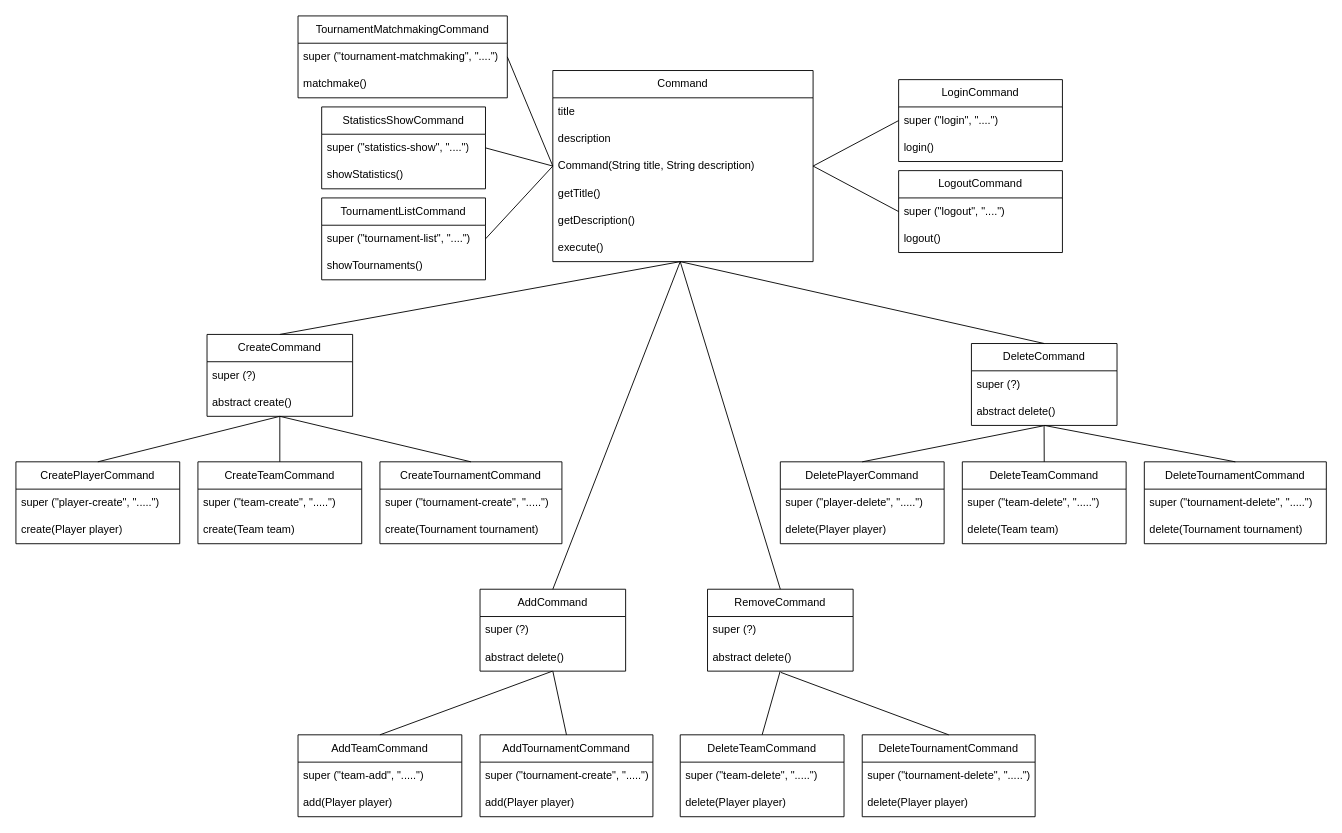
Above: page "Commands" (5 of 5) of P2-POO/Diagrama sin título.drawio in josepepito-upm/UMLs (draw.io), before the change. Source tidied: cells renumbered, new cells numbered last; positions are measured from the earlier drawing's top-left corner, leaving out a move shared by most shapes. Both pictures are drawn from the tidied source at 91%, with x=0, y=0 at pixel (15, 15).
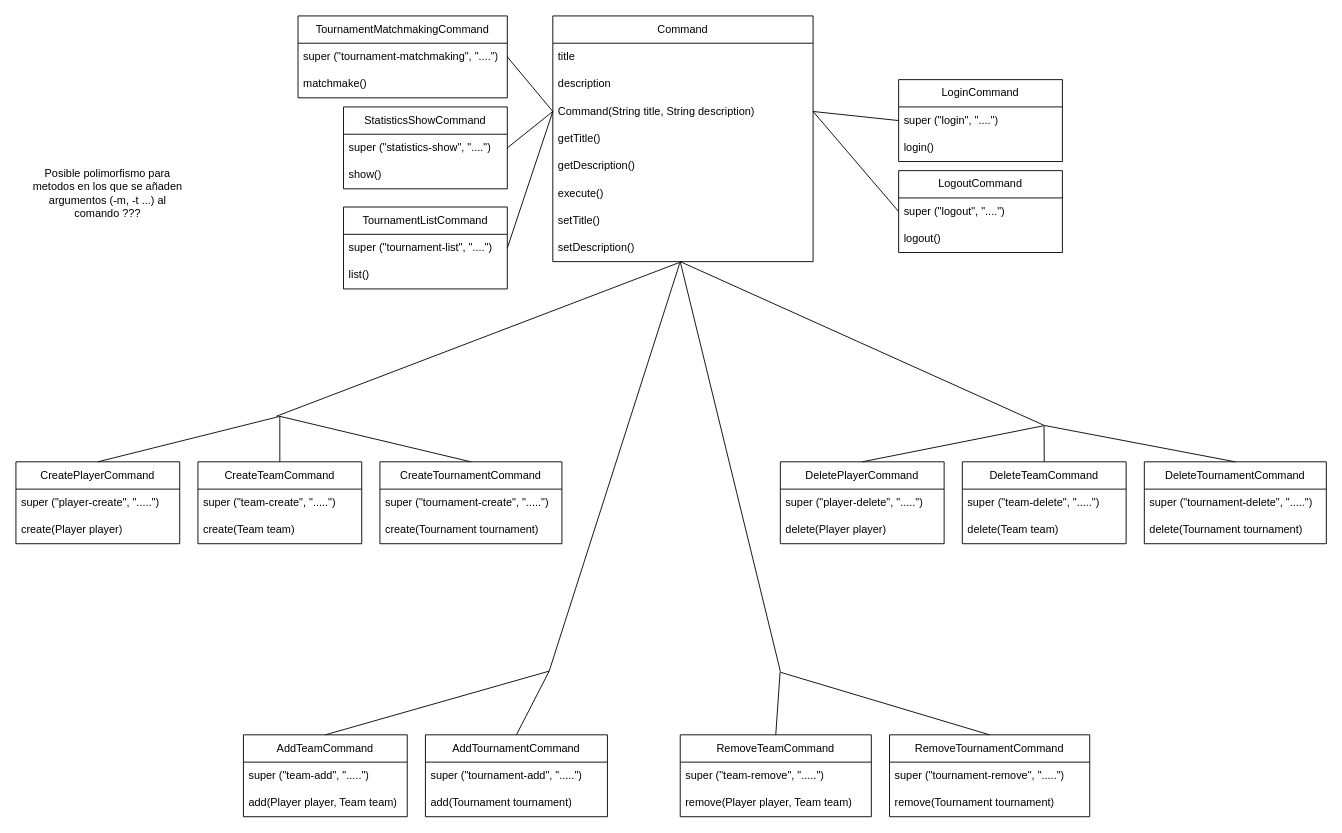
The same page after the edit.

Unchanged cells that the change refers to:
```xml
<mxCell id="8" value="execute()" style="text;strokeColor=none;fillColor=none;align=left;verticalAlign=middle;spacingLeft=4;spacingRight=4;overflow=hidden;points=[[0,0.5],[1,0.5]];portConstraint=eastwest;whiteSpace=wrap;html=1;" parent="2" vertex="1">
  <mxGeometry y="180" width="286" height="30" as="geometry" />
</mxCell>
<mxCell id="17" value="CreatePlayerCommand" style="swimlane;fontStyle=0;horizontal=1;startSize=30;whiteSpace=wrap;html=1;" parent="1" vertex="1">
  <mxGeometry y="490" width="180" height="90" as="geometry" />
</mxCell>
<mxCell id="29" value="DeletePlayerCommand" style="swimlane;fontStyle=0;horizontal=1;startSize=30;whiteSpace=wrap;html=1;" parent="1" vertex="1">
  <mxGeometry x="840" y="490" width="180" height="90" as="geometry" />
</mxCell>
<mxCell id="32" value="DeleteTeamCommand" style="swimlane;fontStyle=0;horizontal=1;startSize=30;whiteSpace=wrap;html=1;" parent="1" vertex="1">
  <mxGeometry x="1040" y="490" width="180" height="90" as="geometry" />
</mxCell>
```

Diff of the diagram source:
```diff
@@
     <mxCell id="2" value="Command" style="swimlane;fontStyle=0;horizontal=1;startSize=30;whiteSpace=wrap;html=1;" parent="1" vertex="1">
-      <mxGeometry x="590" y="60" width="286" height="210" as="geometry" />
+      <mxGeometry x="590" width="286" height="270" as="geometry" />
     </mxCell>
@@
-    <mxCell id="9" value="CreateCommand" style="swimlane;fontStyle=0;horizontal=1;startSize=30;whiteSpace=wrap;html=1;" parent="1" vertex="1">
-      <mxGeometry x="210" y="350" width="160" height="90" as="geometry" />
-    </mxCell>
-    <mxCell id="10" value="super (?)" style="text;strokeColor=none;fillColor=none;align=left;verticalAlign=middle;spacingLeft=4;spacingRight=4;overflow=hidden;whiteSpace=wrap;html=1;" parent="9" vertex="1">
-      <mxGeometry y="30" width="160" height="30" as="geometry" />
-    </mxCell>
-    <mxCell id="11" value="abstract create()" style="text;strokeColor=none;fillColor=none;align=left;verticalAlign=middle;spacingLeft=4;spacingRight=4;overflow=hidden;points=[[0,0.5],[1,0.5]];portConstraint=eastwest;whiteSpace=wrap;html=1;" parent="9" vertex="1">
-      <mxGeometry y="60" width="160" height="30" as="geometry" />
-    </mxCell>
+    <mxCell id="85" value="setTitle()" style="text;strokeColor=none;fillColor=none;align=left;verticalAlign=middle;spacingLeft=4;spacingRight=4;overflow=hidden;whiteSpace=wrap;html=1;" parent="2" vertex="1">
+      <mxGeometry y="210" width="286" height="30" as="geometry" />
+    </mxCell>
+    <mxCell id="86" value="setDescription()" style="text;strokeColor=none;fillColor=none;align=left;verticalAlign=middle;spacingLeft=4;spacingRight=4;overflow=hidden;points=[[0,0.5],[1,0.5]];portConstraint=eastwest;whiteSpace=wrap;html=1;" parent="2" vertex="1">
+      <mxGeometry y="240" width="286" height="30" as="geometry" />
+    </mxCell>
-    <mxCell id="12" style="endArrow=none;html=1;rounded=0;exitX=0.5;exitY=0;exitDx=0;exitDy=0;entryX=0.49;entryY=1;entryDx=0;entryDy=0;entryPerimeter=0;" parent="1" edge="1" source="9" target="8">
-      <mxGeometry relative="1" as="geometry" />
+    <mxCell id="12" style="endArrow=none;html=1;rounded=0;entryX=0.486;entryY=1.033;entryDx=0;entryDy=0;entryPerimeter=0;" parent="1" edge="1" target="86">
+      <mxGeometry relative="1" as="geometry">
+        <mxPoint x="286" y="440" as="sourcePoint" />
+      </mxGeometry>
     </mxCell>
-    <mxCell id="13" value="DeleteCommand" style="swimlane;fontStyle=0;horizontal=1;startSize=30;whiteSpace=wrap;html=1;" parent="1" vertex="1">
-      <mxGeometry x="1050" y="360" width="160" height="90" as="geometry" />
-    </mxCell>
-    <mxCell id="14" value="super (?)" style="text;strokeColor=none;fillColor=none;align=left;verticalAlign=middle;spacingLeft=4;spacingRight=4;overflow=hidden;whiteSpace=wrap;html=1;" parent="13" vertex="1">
-      <mxGeometry y="30" width="160" height="30" as="geometry" />
-    </mxCell>
-    <mxCell id="15" value="abstract delete()" style="text;strokeColor=none;fillColor=none;align=left;verticalAlign=middle;spacingLeft=4;spacingRight=4;overflow=hidden;points=[[0,0.5],[1,0.5]];portConstraint=eastwest;whiteSpace=wrap;html=1;" parent="13" vertex="1">
-      <mxGeometry y="60" width="160" height="30" as="geometry" />
-    </mxCell>
-    <mxCell id="16" style="endArrow=none;html=1;rounded=0;exitX=0.5;exitY=0;exitDx=0;exitDy=0;" parent="1" edge="1" source="13">
+    <mxCell id="16" style="endArrow=none;html=1;rounded=0;" parent="1" edge="1">
       <mxGeometry relative="1" as="geometry">
+        <mxPoint x="1130" y="450" as="sourcePoint" />
         <mxPoint x="730" y="270" as="targetPoint" />
       </mxGeometry>
     </mxCell>
@@
-    <mxCell id="26" style="endArrow=none;html=1;rounded=0;entryX=0.499;entryY=1.002;entryDx=0;entryDy=0;entryPerimeter=0;exitX=0.5;exitY=0;exitDx=0;exitDy=0;" parent="1" edge="1" source="17" target="11">
-      <mxGeometry relative="1" as="geometry" />
+    <mxCell id="26" style="endArrow=none;html=1;rounded=0;entryX=0.499;entryY=1.002;entryDx=0;entryDy=0;entryPerimeter=0;exitX=0.5;exitY=0;exitDx=0;exitDy=0;" parent="1" edge="1" source="17">
+      <mxGeometry relative="1" as="geometry">
+        <mxPoint x="289.8" y="440.1" as="targetPoint" />
+      </mxGeometry>
     </mxCell>
@@
-    <mxCell id="38" style="endArrow=none;html=1;rounded=0;exitX=0.5;exitY=0;exitDx=0;exitDy=0;entryX=0.495;entryY=1.014;entryDx=0;entryDy=0;entryPerimeter=0;" parent="1" edge="1" source="29" target="15">
-      <mxGeometry relative="1" as="geometry" />
+    <mxCell id="38" style="endArrow=none;html=1;rounded=0;exitX=0.5;exitY=0;exitDx=0;exitDy=0;entryX=0.495;entryY=1.014;entryDx=0;entryDy=0;entryPerimeter=0;" parent="1" edge="1" source="29">
+      <mxGeometry relative="1" as="geometry">
+        <mxPoint x="1129.2" y="450.4" as="targetPoint" />
+      </mxGeometry>
     </mxCell>
-    <mxCell id="39" style="endArrow=none;html=1;rounded=0;exitX=0.5;exitY=0;exitDx=0;exitDy=0;entryX=0.499;entryY=1.014;entryDx=0;entryDy=0;entryPerimeter=0;" parent="1" edge="1" source="32" target="15">
-      <mxGeometry relative="1" as="geometry" />
+    <mxCell id="39" style="endArrow=none;html=1;rounded=0;exitX=0.5;exitY=0;exitDx=0;exitDy=0;entryX=0.499;entryY=1.014;entryDx=0;entryDy=0;entryPerimeter=0;" parent="1" edge="1" source="32">
+      <mxGeometry relative="1" as="geometry">
+        <mxPoint x="1129.8" y="450.4" as="targetPoint" />
+      </mxGeometry>
     </mxCell>
@@
-    <mxCell id="41" value="AddCommand" style="swimlane;fontStyle=0;horizontal=1;startSize=30;whiteSpace=wrap;html=1;" parent="1" vertex="1">
-      <mxGeometry x="510" y="630" width="160" height="90" as="geometry" />
-    </mxCell>
-    <mxCell id="42" value="super (?)" style="text;strokeColor=none;fillColor=none;align=left;verticalAlign=middle;spacingLeft=4;spacingRight=4;overflow=hidden;whiteSpace=wrap;html=1;" parent="41" vertex="1">
-      <mxGeometry y="30" width="160" height="30" as="geometry" />
-    </mxCell>
-    <mxCell id="43" value="abstract delete()" style="text;strokeColor=none;fillColor=none;align=left;verticalAlign=middle;spacingLeft=4;spacingRight=4;overflow=hidden;points=[[0,0.5],[1,0.5]];portConstraint=eastwest;whiteSpace=wrap;html=1;" parent="41" vertex="1">
-      <mxGeometry y="60" width="160" height="30" as="geometry" />
-    </mxCell>
-    <mxCell id="44" value="RemoveCommand" style="swimlane;fontStyle=0;horizontal=1;startSize=30;whiteSpace=wrap;html=1;" parent="1" vertex="1">
-      <mxGeometry x="760" y="630" width="160" height="90" as="geometry" />
-    </mxCell>
-    <mxCell id="45" value="super (?)" style="text;strokeColor=none;fillColor=none;align=left;verticalAlign=middle;spacingLeft=4;spacingRight=4;overflow=hidden;whiteSpace=wrap;html=1;" parent="44" vertex="1">
-      <mxGeometry y="30" width="160" height="30" as="geometry" />
-    </mxCell>
-    <mxCell id="46" value="abstract delete()" style="text;strokeColor=none;fillColor=none;align=left;verticalAlign=middle;spacingLeft=4;spacingRight=4;overflow=hidden;points=[[0,0.5],[1,0.5]];portConstraint=eastwest;whiteSpace=wrap;html=1;" parent="44" vertex="1">
-      <mxGeometry y="60" width="160" height="30" as="geometry" />
-    </mxCell>
-    <mxCell id="47" style="endArrow=none;html=1;rounded=0;exitX=0.5;exitY=0;exitDx=0;exitDy=0;" parent="1" edge="1" source="41">
+    <mxCell id="47" style="endArrow=none;html=1;rounded=0;" parent="1" edge="1">
       <mxGeometry relative="1" as="geometry">
+        <mxPoint x="586" y="720" as="sourcePoint" />
         <mxPoint x="730" y="270" as="targetPoint" />
       </mxGeometry>
     </mxCell>
-    <mxCell id="48" style="endArrow=none;html=1;rounded=0;exitX=0.5;exitY=0;exitDx=0;exitDy=0;" parent="1" edge="1" source="44">
+    <mxCell id="48" style="endArrow=none;html=1;rounded=0;" parent="1" edge="1">
       <mxGeometry relative="1" as="geometry">
+        <mxPoint x="840" y="720" as="sourcePoint" />
         <mxPoint x="730" y="270" as="targetPoint" />
       </mxGeometry>
     </mxCell>
     <mxCell id="49" value="AddTeamCommand" style="swimlane;fontStyle=0;horizontal=1;startSize=30;whiteSpace=wrap;html=1;" parent="1" vertex="1">
-      <mxGeometry x="310" y="790" width="180" height="90" as="geometry" />
+      <mxGeometry x="250" y="790" width="180" height="90" as="geometry" />
     </mxCell>
@@
-    <mxCell id="51" value="add(Player player)" style="text;strokeColor=none;fillColor=none;align=left;verticalAlign=middle;spacingLeft=4;spacingRight=4;overflow=hidden;whiteSpace=wrap;html=1;" parent="49" vertex="1">
+    <mxCell id="51" value="add(Player player, Team team)" style="text;strokeColor=none;fillColor=none;align=left;verticalAlign=middle;spacingLeft=4;spacingRight=4;overflow=hidden;whiteSpace=wrap;html=1;" parent="49" vertex="1">
       <mxGeometry y="60" width="180" height="30" as="geometry" />
     </mxCell>
-    <mxCell id="52" style="endArrow=none;html=1;rounded=0;exitX=0.5;exitY=0;exitDx=0;exitDy=0;entryX=0.497;entryY=1.002;entryDx=0;entryDy=0;entryPerimeter=0;" parent="1" edge="1" source="49" target="43">
-      <mxGeometry relative="1" as="geometry" />
+    <mxCell id="52" style="endArrow=none;html=1;rounded=0;exitX=0.5;exitY=0;exitDx=0;exitDy=0;" parent="1" edge="1" source="49">
+      <mxGeometry relative="1" as="geometry">
+        <mxPoint x="586" y="720" as="targetPoint" />
+      </mxGeometry>
     </mxCell>
     <mxCell id="53" value="AddTournamentCommand" style="swimlane;fontStyle=0;horizontal=1;startSize=30;whiteSpace=wrap;html=1;" parent="1" vertex="1">
-      <mxGeometry x="510" y="790" width="190" height="90" as="geometry" />
+      <mxGeometry x="450" y="790" width="200" height="90" as="geometry" />
     </mxCell>
-    <mxCell id="54" value="super (&quot;tournament-create&quot;, &quot;.....&quot;)" style="text;strokeColor=none;fillColor=none;align=left;verticalAlign=middle;spacingLeft=4;spacingRight=4;overflow=hidden;whiteSpace=wrap;html=1;" parent="53" vertex="1">
-      <mxGeometry y="30" width="190" height="30" as="geometry" />
+    <mxCell id="54" value="super (&quot;tournament-add&quot;, &quot;.....&quot;)" style="text;strokeColor=none;fillColor=none;align=left;verticalAlign=middle;spacingLeft=4;spacingRight=4;overflow=hidden;whiteSpace=wrap;html=1;" parent="53" vertex="1">
+      <mxGeometry y="30" width="200" height="30" as="geometry" />
     </mxCell>
-    <mxCell id="55" value="add(Player player)" style="text;strokeColor=none;fillColor=none;align=left;verticalAlign=middle;spacingLeft=4;spacingRight=4;overflow=hidden;whiteSpace=wrap;html=1;" parent="53" vertex="1">
-      <mxGeometry y="60" width="190" height="30" as="geometry" />
+    <mxCell id="55" value="add(Tournament tournament)" style="text;strokeColor=none;fillColor=none;align=left;verticalAlign=middle;spacingLeft=4;spacingRight=4;overflow=hidden;whiteSpace=wrap;html=1;" parent="53" vertex="1">
+      <mxGeometry y="60" width="200" height="30" as="geometry" />
     </mxCell>
     <mxCell id="56" style="endArrow=none;html=1;rounded=0;exitX=0.5;exitY=0;exitDx=0;exitDy=0;" parent="1" edge="1" source="53">
       <mxGeometry relative="1" as="geometry">
-        <mxPoint x="590" y="720" as="targetPoint" />
+        <mxPoint x="586" y="720" as="targetPoint" />
       </mxGeometry>
     </mxCell>
-    <mxCell id="57" value="DeleteTeamCommand" style="swimlane;fontStyle=0;horizontal=1;startSize=30;whiteSpace=wrap;html=1;" parent="1" vertex="1">
-      <mxGeometry x="730" y="790" width="180" height="90" as="geometry" />
+    <mxCell id="57" value="RemoveTeamCommand" style="swimlane;fontStyle=0;horizontal=1;startSize=30;whiteSpace=wrap;html=1;" parent="1" vertex="1">
+      <mxGeometry x="730" y="790" width="210" height="90" as="geometry" />
     </mxCell>
-    <mxCell id="58" value="super (&quot;team-delete&quot;, &quot;.....&quot;)" style="text;strokeColor=none;fillColor=none;align=left;verticalAlign=middle;spacingLeft=4;spacingRight=4;overflow=hidden;whiteSpace=wrap;html=1;" parent="57" vertex="1">
-      <mxGeometry y="30" width="180" height="30" as="geometry" />
+    <mxCell id="58" value="super (&quot;team-remove&quot;, &quot;.....&quot;)" style="text;strokeColor=none;fillColor=none;align=left;verticalAlign=middle;spacingLeft=4;spacingRight=4;overflow=hidden;whiteSpace=wrap;html=1;" parent="57" vertex="1">
+      <mxGeometry y="30" width="210" height="30" as="geometry" />
     </mxCell>
-    <mxCell id="59" value="delete(Player player)" style="text;strokeColor=none;fillColor=none;align=left;verticalAlign=middle;spacingLeft=4;spacingRight=4;overflow=hidden;whiteSpace=wrap;html=1;" parent="57" vertex="1">
-      <mxGeometry y="60" width="180" height="30" as="geometry" />
+    <mxCell id="59" value="remove(Player player, Team team)" style="text;strokeColor=none;fillColor=none;align=left;verticalAlign=middle;spacingLeft=4;spacingRight=4;overflow=hidden;whiteSpace=wrap;html=1;" parent="57" vertex="1">
+      <mxGeometry y="60" width="210" height="30" as="geometry" />
     </mxCell>
-    <mxCell id="60" value="DeleteTournamentCommand" style="swimlane;fontStyle=0;horizontal=1;startSize=30;whiteSpace=wrap;html=1;" parent="1" vertex="1">
-      <mxGeometry x="930" y="790" width="190" height="90" as="geometry" />
+    <mxCell id="60" value="RemoveTournamentCommand" style="swimlane;fontStyle=0;horizontal=1;startSize=30;whiteSpace=wrap;html=1;" parent="1" vertex="1">
+      <mxGeometry x="960" y="790" width="220" height="90" as="geometry" />
     </mxCell>
-    <mxCell id="61" value="super (&quot;tournament-delete&quot;, &quot;.....&quot;)" style="text;strokeColor=none;fillColor=none;align=left;verticalAlign=middle;spacingLeft=4;spacingRight=4;overflow=hidden;whiteSpace=wrap;html=1;" parent="60" vertex="1">
-      <mxGeometry y="30" width="190" height="30" as="geometry" />
+    <mxCell id="61" value="super (&quot;tournament-remove&quot;, &quot;.....&quot;)" style="text;strokeColor=none;fillColor=none;align=left;verticalAlign=middle;spacingLeft=4;spacingRight=4;overflow=hidden;whiteSpace=wrap;html=1;" parent="60" vertex="1">
+      <mxGeometry y="30" width="220" height="30" as="geometry" />
     </mxCell>
-    <mxCell id="62" value="delete(Player player)" style="text;strokeColor=none;fillColor=none;align=left;verticalAlign=middle;spacingLeft=4;spacingRight=4;overflow=hidden;whiteSpace=wrap;html=1;" parent="60" vertex="1">
-      <mxGeometry y="60" width="190" height="30" as="geometry" />
+    <mxCell id="62" value="remove(Tournament tournament)" style="text;strokeColor=none;fillColor=none;align=left;verticalAlign=middle;spacingLeft=4;spacingRight=4;overflow=hidden;whiteSpace=wrap;html=1;" parent="60" vertex="1">
+      <mxGeometry y="60" width="220" height="30" as="geometry" />
     </mxCell>
-    <mxCell id="63" style="endArrow=none;html=1;rounded=0;exitX=0.5;exitY=0;exitDx=0;exitDy=0;entryX=0.499;entryY=1.002;entryDx=0;entryDy=0;entryPerimeter=0;" parent="1" edge="1" source="57" target="46">
-      <mxGeometry relative="1" as="geometry" />
+    <mxCell id="63" style="endArrow=none;html=1;rounded=0;exitX=0.5;exitY=0;exitDx=0;exitDy=0;entryX=0.499;entryY=1.002;entryDx=0;entryDy=0;entryPerimeter=0;" parent="1" edge="1" source="57">
+      <mxGeometry relative="1" as="geometry">
+        <mxPoint x="839.8" y="720.1" as="targetPoint" />
+      </mxGeometry>
     </mxCell>
-    <mxCell id="64" style="endArrow=none;html=1;rounded=0;exitX=0.5;exitY=0;exitDx=0;exitDy=0;entryX=0.504;entryY=1.048;entryDx=0;entryDy=0;entryPerimeter=0;" parent="1" edge="1" source="60" target="46">
-      <mxGeometry relative="1" as="geometry" />
+    <mxCell id="64" style="endArrow=none;html=1;rounded=0;exitX=0.5;exitY=0;exitDx=0;exitDy=0;entryX=0.504;entryY=1.048;entryDx=0;entryDy=0;entryPerimeter=0;" parent="1" edge="1" source="60">
+      <mxGeometry relative="1" as="geometry">
+        <mxPoint x="840.6" y="721.4" as="targetPoint" />
+      </mxGeometry>
     </mxCell>
     <mxCell id="65" value="StatisticsShowCommand" style="swimlane;fontStyle=0;horizontal=1;startSize=30;whiteSpace=wrap;html=1;" parent="1" vertex="1">
-      <mxGeometry x="336" y="100" width="180" height="90" as="geometry" />
+      <mxGeometry x="360" y="100" width="180" height="90" as="geometry" />
     </mxCell>
@@
-    <mxCell id="67" value="showStatistics()" style="text;strokeColor=none;fillColor=none;align=left;verticalAlign=middle;spacingLeft=4;spacingRight=4;overflow=hidden;whiteSpace=wrap;html=1;" parent="65" vertex="1">
+    <mxCell id="67" value="show()" style="text;strokeColor=none;fillColor=none;align=left;verticalAlign=middle;spacingLeft=4;spacingRight=4;overflow=hidden;whiteSpace=wrap;html=1;" parent="65" vertex="1">
       <mxGeometry y="60" width="180" height="30" as="geometry" />
     </mxCell>
@@
     <mxCell id="71" value="TournamentListCommand" style="swimlane;fontStyle=0;horizontal=1;startSize=30;whiteSpace=wrap;html=1;" parent="1" vertex="1">
-      <mxGeometry x="336" y="200" width="180" height="90" as="geometry" />
+      <mxGeometry x="360" y="210" width="180" height="90" as="geometry" />
     </mxCell>
@@
-    <mxCell id="73" value="showTournaments()" style="text;strokeColor=none;fillColor=none;align=left;verticalAlign=middle;spacingLeft=4;spacingRight=4;overflow=hidden;whiteSpace=wrap;html=1;" parent="71" vertex="1">
+    <mxCell id="73" value="list()" style="text;strokeColor=none;fillColor=none;align=left;verticalAlign=middle;spacingLeft=4;spacingRight=4;overflow=hidden;whiteSpace=wrap;html=1;" parent="71" vertex="1">
       <mxGeometry y="60" width="180" height="30" as="geometry" />
     </mxCell>
@@
+    <mxCell id="87" value="Posible polimorfismo para metodos en los que se añaden argumentos (-m, -t ...) al comando ???" style="text;strokeColor=none;align=center;fillColor=none;html=1;verticalAlign=middle;whiteSpace=wrap;rounded=0;" parent="1" vertex="1">
+      <mxGeometry x="16" y="140" width="170" height="110" as="geometry" />
+    </mxCell>
```
